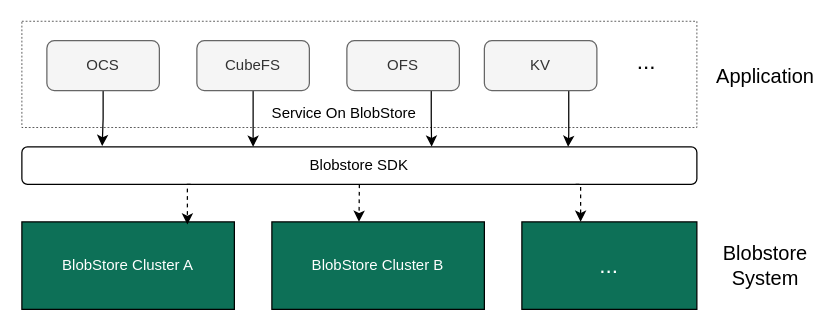
Earlier version of the draw.io diagram Untitled Diagram.drawio (JasonHu520/countFiles). Source tidied: cells renumbered, new cells numbered last; positions are measured from the earlier drawing's top-left corner, leaving out a move shared by most shapes. Both pictures are drawn from the tidied source at 125%, with x=0, y=0 at pixel (21, 21).
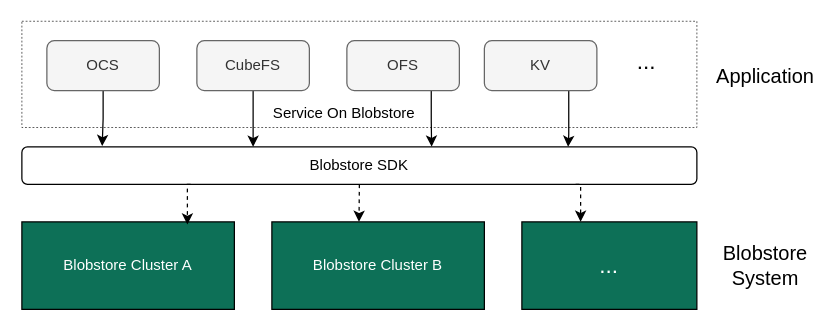
The same diagram, later.

The change refers to these unchanged cells:
```xml
<mxCell id="4" style="group;" parent="1" vertex="1">
  <mxGeometry y="160" width="540" height="70" as="geometry" />
</mxCell>
```

Diff of the diagram source:
```diff
@@
-    <mxCell id="5" value="&lt;font color=&quot;#ffffff&quot;&gt;BlobStore Cluster A&lt;/font&gt;" style="rounded=0;whiteSpace=wrap;html=1;fillColor=#0D7057;" parent="4" vertex="1">
+    <mxCell id="5" value="&lt;font color=&quot;#ffffff&quot;&gt;Blobstore Cluster A&lt;/font&gt;" style="rounded=0;whiteSpace=wrap;html=1;fillColor=#0D7057;" parent="4" vertex="1">
       <mxGeometry width="170" height="70" as="geometry" />
     </mxCell>
-    <mxCell id="6" value="&lt;font color=&quot;#ffffff&quot;&gt;BlobStore Cluster B&lt;/font&gt;" style="rounded=0;whiteSpace=wrap;html=1;fillColor=#0D7057;" parent="4" vertex="1">
+    <mxCell id="6" value="&lt;font color=&quot;#ffffff&quot;&gt;Blobstore Cluster B&lt;/font&gt;" style="rounded=0;whiteSpace=wrap;html=1;fillColor=#0D7057;" parent="4" vertex="1">
       <mxGeometry x="200" width="170" height="70" as="geometry" />
     </mxCell>
@@
-    <mxCell id="22" value="&lt;font style=&quot;font-size: 12px;&quot;&gt;Service On BlobStore&lt;/font&gt;" style="text;html=1;align=center;verticalAlign=middle;whiteSpace=wrap;rounded=0;" parent="1" vertex="1">
+    <mxCell id="22" value="&lt;font style=&quot;font-size: 12px;&quot;&gt;Service On Blobstore&lt;/font&gt;" style="text;html=1;align=center;verticalAlign=middle;whiteSpace=wrap;rounded=0;" parent="1" vertex="1">
       <mxGeometry x="188" y="58" width="140" height="30" as="geometry" />
     </mxCell>
```
